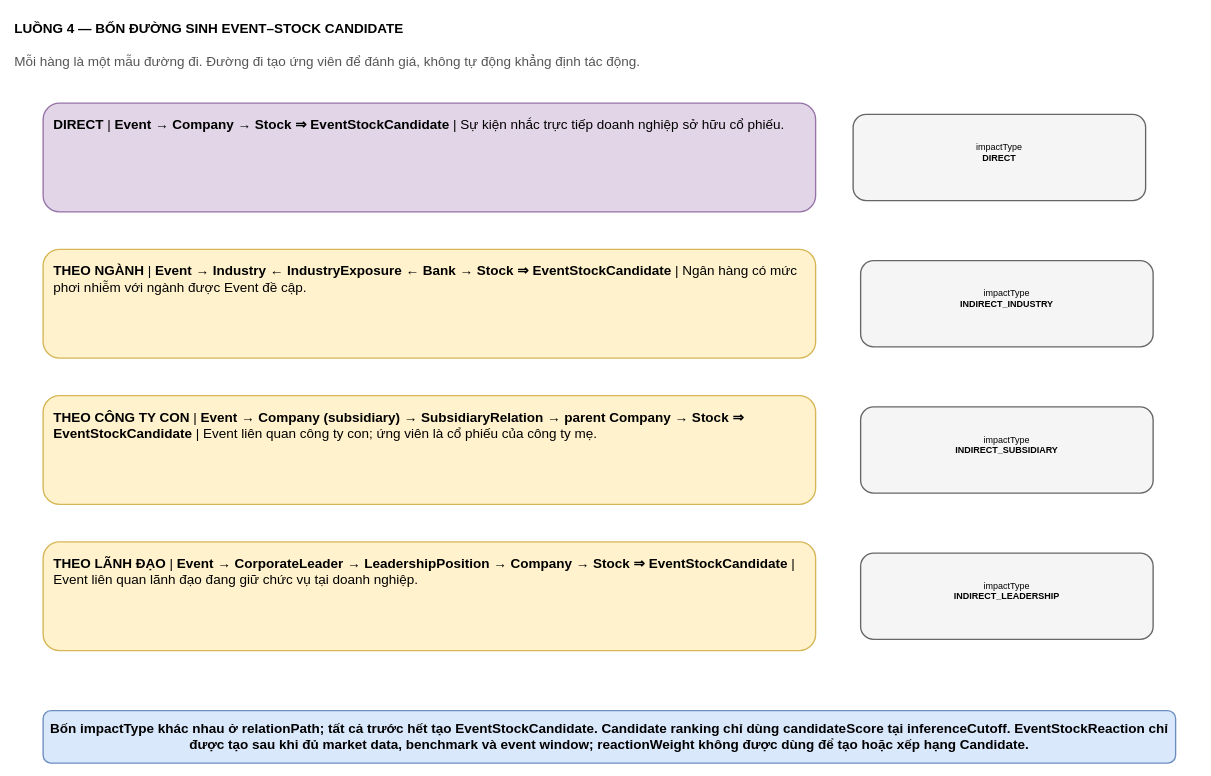
Before: page "05-4 Đường liên hệ chính" (6 of 7) of chỉnh sửa mới nhất - 01-10/master_thesis_v1_synced_01-10.drawio.xml in Lequynhlan/master_thesis_draf, a draw.io diagram. Source tidied: cells renumbered, new cells numbered last; positions are measured from the earlier drawing's top-left corner, leaving out a move shared by most shapes. Both pictures are drawn from the tidied source at 75%, with x=0, y=0 at pixel (13, 13).
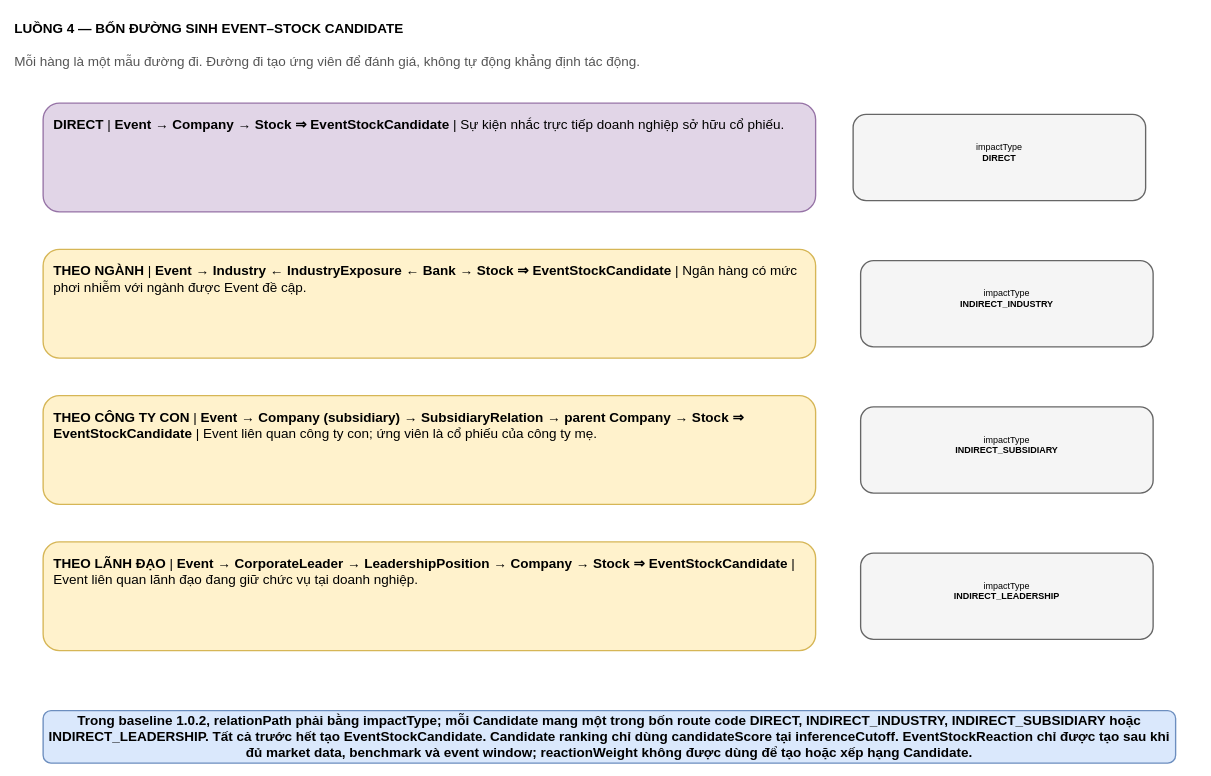
The same diagram, later.

Diff of the diagram source:
```diff
@@
 <mxGraphModel>
   <root>
     <mxCell id="0" />
     <mxCell id="1" parent="0" />
     <mxCell id="2" value="LUỒNG 4 — BỐN ĐƯỜNG SINH EVENT–STOCK CANDIDATE" style="text;html=1;strokeColor=none;fillColor=none;align=left;verticalAlign=middle;fontSize=18;fontStyle=1;" parent="1" vertex="1">
       <mxGeometry width="1580" height="42" as="geometry" />
     </mxCell>
     <mxCell id="3" value="Mỗi hàng là một mẫu đường đi. Đường đi tạo ứng viên để đánh giá, không tự động khẳng định tác động." style="text;html=1;strokeColor=none;fillColor=none;align=left;verticalAlign=top;fontSize=18;fontColor=#555555;" parent="1" vertex="1">
       <mxGeometry y="48" width="1580" height="48" as="geometry" />
     </mxCell>
     <mxCell id="4" value="&lt;b&gt;DIRECT&lt;/b&gt; | &lt;font&gt;&lt;b&gt;Event → Company → Stock ⇒ EventStockCandidate&lt;/b&gt;&lt;/font&gt; | Sự kiện nhắc trực tiếp doanh nghiệp sở hữu cổ phiếu." style="rounded=1;whiteSpace=wrap;html=1;fillColor=#e1d5e7;strokeColor=#9673a6;strokeWidth=1.8;fontSize=18;align=left;verticalAlign=top;spacing=14;" parent="1" vertex="1">
       <mxGeometry x="40" y="120" width="1030" height="145" as="geometry" />
     </mxCell>
     <mxCell id="5" value="impactType&lt;br&gt;&lt;b&gt;DIRECT&lt;/b&gt;&lt;br&gt;&lt;div&gt;&lt;br/&gt;&lt;/div&gt;" style="rounded=1;whiteSpace=wrap;html=1;fillColor=#f5f5f5;strokeColor=#666666;strokeWidth=1.8;fontSize=18;fontSize=12;" parent="1" vertex="1">
       <mxGeometry x="1120" y="135" width="390" height="115" as="geometry" />
     </mxCell>
     <mxCell id="6" value="&lt;b&gt;THEO NGÀNH&lt;/b&gt; | &lt;font&gt;&lt;b&gt;Event → Industry ← IndustryExposure ← Bank → Stock ⇒ EventStockCandidate&lt;/b&gt;&lt;/font&gt; | Ngân hàng có mức phơi nhiễm với ngành được Event đề cập." style="rounded=1;whiteSpace=wrap;html=1;fillColor=#fff2cc;strokeColor=#d6b656;strokeWidth=1.8;fontSize=18;align=left;verticalAlign=top;spacing=14;" parent="1" vertex="1">
       <mxGeometry x="40" y="315" width="1030" height="145" as="geometry" />
     </mxCell>
     <mxCell id="7" value="impactType&lt;br&gt;&lt;b&gt;INDIRECT_INDUSTRY&lt;/b&gt;&lt;br&gt;&lt;div&gt;&lt;br/&gt;&lt;/div&gt;" style="rounded=1;whiteSpace=wrap;html=1;fillColor=#f5f5f5;strokeColor=#666666;strokeWidth=1.8;fontSize=18;fontSize=12;" parent="1" vertex="1">
       <mxGeometry x="1130" y="330" width="390" height="115" as="geometry" />
     </mxCell>
     <mxCell id="8" value="&lt;b&gt;THEO CÔNG TY CON&lt;/b&gt; | &lt;font&gt;&lt;b&gt;Event → Company (subsidiary) → SubsidiaryRelation → parent Company → Stock ⇒ EventStockCandidate&lt;/b&gt;&lt;/font&gt; | Event liên quan công ty con; ứng viên là cổ phiếu của công ty mẹ." style="rounded=1;whiteSpace=wrap;html=1;fillColor=#fff2cc;strokeColor=#d6b656;strokeWidth=1.8;fontSize=18;align=left;verticalAlign=top;spacing=14;" parent="1" vertex="1">
       <mxGeometry x="40" y="510" width="1030" height="145" as="geometry" />
     </mxCell>
     <mxCell id="9" value="impactType&lt;br&gt;&lt;b&gt;INDIRECT_SUBSIDIARY&lt;/b&gt;&lt;br&gt;&lt;div&gt;&lt;br/&gt;&lt;/div&gt;" style="rounded=1;whiteSpace=wrap;html=1;fillColor=#f5f5f5;strokeColor=#666666;strokeWidth=1.8;fontSize=18;fontSize=12;" parent="1" vertex="1">
       <mxGeometry x="1130" y="525" width="390" height="115" as="geometry" />
     </mxCell>
     <mxCell id="10" value="&lt;b&gt;THEO LÃNH ĐẠO&lt;/b&gt; | &lt;font&gt;&lt;b&gt;Event → CorporateLeader → LeadershipPosition → Company → Stock ⇒ EventStockCandidate&lt;/b&gt;&lt;/font&gt; | Event liên quan lãnh đạo đang giữ chức vụ tại doanh nghiệp." style="rounded=1;whiteSpace=wrap;html=1;fillColor=#fff2cc;strokeColor=#d6b656;strokeWidth=1.8;fontSize=18;align=left;verticalAlign=top;spacing=14;" parent="1" vertex="1">
       <mxGeometry x="40" y="705" width="1030" height="145" as="geometry" />
     </mxCell>
     <mxCell id="11" value="impactType&lt;br&gt;&lt;b&gt;INDIRECT_LEADERSHIP&lt;/b&gt;&lt;br&gt;&lt;div&gt;&lt;br/&gt;&lt;/div&gt;" style="rounded=1;whiteSpace=wrap;html=1;fillColor=#f5f5f5;strokeColor=#666666;strokeWidth=1.8;fontSize=18;fontSize=12;" parent="1" vertex="1">
       <mxGeometry x="1130" y="720" width="390" height="115" as="geometry" />
     </mxCell>
-    <mxCell id="12" value="Bốn impactType khác nhau ở relationPath; tất cả trước hết tạo EventStockCandidate. Candidate ranking chỉ dùng candidateScore tại inferenceCutoff. EventStockReaction chỉ được tạo sau khi đủ market data, benchmark và event window; reactionWeight không được dùng để tạo hoặc xếp hạng Candidate." style="rounded=1;whiteSpace=wrap;html=1;fillColor=#dae8fc;strokeColor=#6c8ebf;strokeWidth=1.8;fontSize=18;align=center;verticalAlign=middle;fontStyle=1;" parent="1" vertex="1">
+    <mxCell id="12" value="Trong baseline 1.0.2, relationPath phải bằng impactType; mỗi Candidate mang một trong bốn route code DIRECT, INDIRECT_INDUSTRY, INDIRECT_SUBSIDIARY hoặc INDIRECT_LEADERSHIP. Tất cả trước hết tạo EventStockCandidate. Candidate ranking chỉ dùng candidateScore tại inferenceCutoff. EventStockReaction chỉ được tạo sau khi đủ market data, benchmark và event window; reactionWeight không được dùng để tạo hoặc xếp hạng Candidate." style="rounded=1;whiteSpace=wrap;html=1;fillColor=#dae8fc;strokeColor=#6c8ebf;strokeWidth=1.8;fontSize=18;align=center;verticalAlign=middle;fontStyle=1;" parent="1" vertex="1">
       <mxGeometry x="40" y="930" width="1510" height="70" as="geometry" />
     </mxCell>
   </root>
 </mxGraphModel>
```
